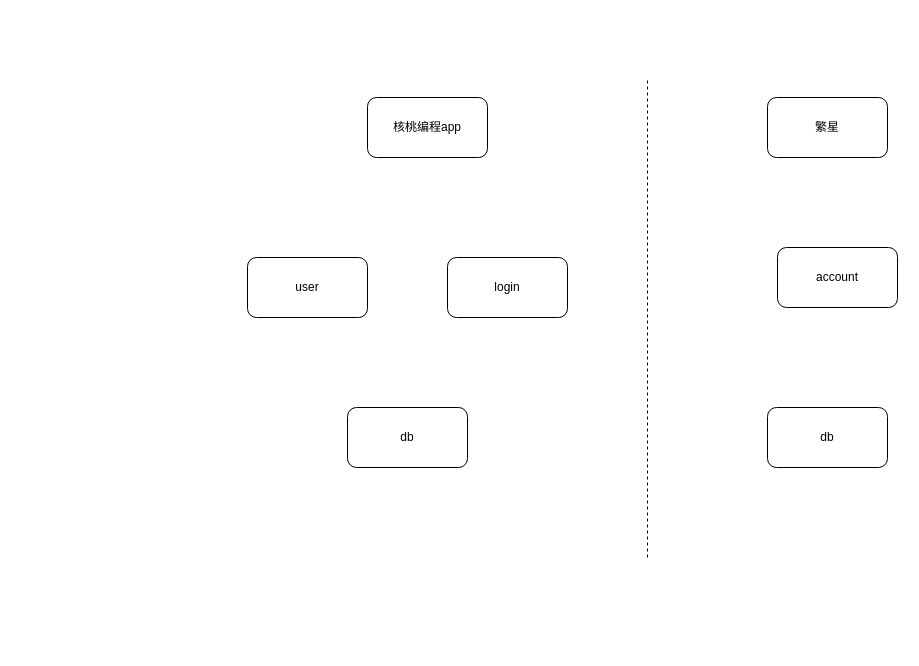
xiell2016/hetaoDesign keeps this draw.io diagram as 账号重构.drawio. Above is the earlier version. Source tidied: cells renumbered, new cells numbered last; positions are measured from the earlier drawing's top-left corner, leaving out a move shared by most shapes. Both pictures are drawn from the tidied source at 100%, with x=0, y=0 at pixel (247, 77).
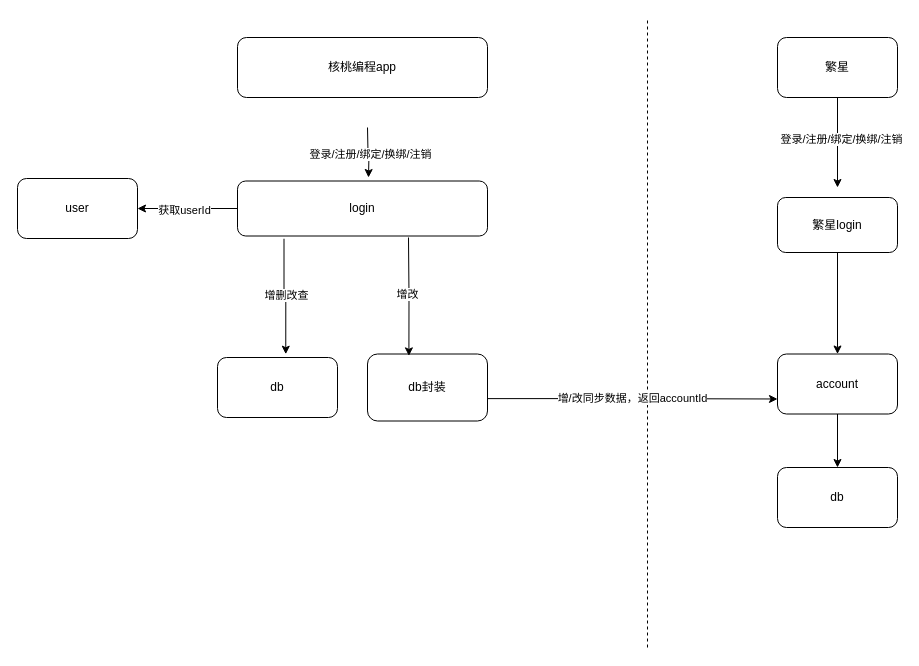
After the change.

Commit message:
更新账号重构.drawio

The edit, as a diff of the source:
```diff
@@
-    <mxCell id="2" value="login" style="rounded=1;whiteSpace=wrap;html=1;" parent="1" vertex="1">
-      <mxGeometry x="200" y="180" width="120" height="60" as="geometry" />
-    </mxCell>
     <mxCell id="3" value="user" style="rounded=1;whiteSpace=wrap;html=1;" parent="1" vertex="1">
-      <mxGeometry y="180" width="120" height="60" as="geometry" />
+      <mxGeometry x="-230" y="101" width="120" height="60" as="geometry" />
     </mxCell>
-    <mxCell id="4" value="account" style="rounded=1;whiteSpace=wrap;html=1;" parent="1" vertex="1">
-      <mxGeometry x="530" y="170" width="120" height="60" as="geometry" />
-    </mxCell>
     <mxCell id="5" style="endArrow=none;dashed=1;html=1;rounded=0;" parent="1" edge="1">
       <mxGeometry relative="1" as="geometry">
-        <mxPoint x="400" y="480" as="sourcePoint" />
-        <mxPoint x="400" as="targetPoint" />
+        <mxPoint x="400" y="570" as="sourcePoint" />
+        <mxPoint x="400" y="-60" as="targetPoint" />
       </mxGeometry>
     </mxCell>
+    <mxCell id="10" style="edgeStyle=orthogonalEdgeStyle;rounded=0;orthogonalLoop=1;jettySize=auto;html=1;" parent="1" edge="1">
+      <mxGeometry relative="1" as="geometry">
+        <mxPoint x="120" y="50" as="sourcePoint" />
+        <mxPoint x="121" y="100" as="targetPoint" />
+      </mxGeometry>
+    </mxCell>
+    <mxCell id="11" value="登录/注册/绑定/换绑/注销" style="edgeLabel;html=1;align=center;verticalAlign=middle;" parent="10" vertex="1">
+      <mxGeometry x="0.07" y="1" relative="1" as="geometry" />
+    </mxCell>
     <mxCell id="6" value="核桃编程app" style="rounded=1;whiteSpace=wrap;html=1;" parent="1" vertex="1">
-      <mxGeometry x="120" y="20" width="120" height="60" as="geometry" />
+      <mxGeometry x="-10" y="-40" width="250" height="60" as="geometry" />
     </mxCell>
     <mxCell id="7" value="db" style="rounded=1;whiteSpace=wrap;html=1;" parent="1" vertex="1">
-      <mxGeometry x="100" y="330" width="120" height="60" as="geometry" />
+      <mxGeometry x="-30" y="280" width="120" height="60" as="geometry" />
     </mxCell>
     <mxCell id="8" value="db" style="rounded=1;whiteSpace=wrap;html=1;" parent="1" vertex="1">
-      <mxGeometry x="520" y="330" width="120" height="60" as="geometry" />
+      <mxGeometry x="530" y="390" width="120" height="60" as="geometry" />
     </mxCell>
+    <mxCell id="12" style="edgeStyle=orthogonalEdgeStyle;rounded=0;jettySize=auto;html=1;exitX=0.5;exitY=1;exitDx=0;exitDy=0;" parent="1" edge="1" source="9">
+      <mxGeometry relative="1" as="geometry">
+        <mxPoint x="590" y="110" as="targetPoint" />
+      </mxGeometry>
+    </mxCell>
+    <mxCell id="13" value="登录/注册/绑定/换绑/注销" style="edgeLabel;html=1;align=center;verticalAlign=middle;" parent="12" vertex="1">
+      <mxGeometry x="-0.09" y="3" relative="1" as="geometry" />
+    </mxCell>
     <mxCell id="9" value="繁星" style="rounded=1;whiteSpace=wrap;html=1;" parent="1" vertex="1">
-      <mxGeometry x="520" y="20" width="120" height="60" as="geometry" />
+      <mxGeometry x="530" y="-40" width="120" height="60" as="geometry" />
     </mxCell>
+    <mxCell id="14" style="edgeStyle=orthogonalEdgeStyle;rounded=0;jettySize=auto;html=1;exitX=0;exitY=0.5;exitDx=0;exitDy=0;entryX=1;entryY=0.5;entryDx=0;entryDy=0;" parent="1" edge="1" source="2" target="3">
+      <mxGeometry relative="1" as="geometry" />
+    </mxCell>
+    <mxCell id="15" value="获取userId" style="edgeLabel;html=1;align=center;verticalAlign=middle;" parent="14" vertex="1">
+      <mxGeometry x="0.07" y="1" relative="1" as="geometry" />
+    </mxCell>
+    <mxCell id="2" value="login" style="rounded=1;whiteSpace=wrap;html=1;" parent="1" vertex="1">
+      <mxGeometry x="-10" y="103.5" width="250" height="55" as="geometry" />
+    </mxCell>
+    <mxCell id="16" style="edgeStyle=orthogonalEdgeStyle;rounded=0;jettySize=auto;html=1;exitX=0.5;exitY=1;exitDx=0;exitDy=0;entryX=0.5;entryY=0;entryDx=0;entryDy=0;" parent="1" edge="1" source="4" target="8">
+      <mxGeometry relative="1" as="geometry" />
+    </mxCell>
+    <mxCell id="4" value="account" style="rounded=1;whiteSpace=wrap;html=1;" parent="1" vertex="1">
+      <mxGeometry x="530" y="276.5" width="120" height="60" as="geometry" />
+    </mxCell>
+    <mxCell id="17" value="db封装" style="rounded=1;whiteSpace=wrap;html=1;" parent="1" vertex="1">
+      <mxGeometry x="120" y="276.5" width="120" height="67" as="geometry" />
+    </mxCell>
+    <mxCell id="18" value="增/改同步数据，返回accountId" style="edgeStyle=orthogonalEdgeStyle;rounded=0;jettySize=auto;html=1;entryX=0;entryY=0.75;entryDx=0;entryDy=0;exitX=0.996;exitY=0.666;exitDx=0;exitDy=0;exitPerimeter=0;" parent="1" edge="1" source="17" target="4">
+      <mxGeometry relative="1" as="geometry" />
+    </mxCell>
+    <mxCell id="19" style="edgeStyle=orthogonalEdgeStyle;rounded=0;jettySize=auto;html=1;exitX=0.186;exitY=1.05;exitDx=0;exitDy=0;entryX=0.569;entryY=-0.055;entryDx=0;entryDy=0;entryPerimeter=0;exitPerimeter=0;" parent="1" edge="1" source="2" target="7">
+      <mxGeometry relative="1" as="geometry" />
+    </mxCell>
+    <mxCell id="20" value="增删改查" style="edgeLabel;html=1;align=center;verticalAlign=middle;" parent="19" vertex="1">
+      <mxGeometry x="-0.04" y="2" relative="1" as="geometry" />
+    </mxCell>
+    <mxCell id="21" style="edgeStyle=orthogonalEdgeStyle;rounded=0;jettySize=auto;html=1;entryX=0.345;entryY=0.028;entryDx=0;entryDy=0;entryPerimeter=0;" parent="1" edge="1" target="17">
+      <mxGeometry relative="1" as="geometry">
+        <mxPoint x="161" y="160" as="sourcePoint" />
+      </mxGeometry>
+    </mxCell>
+    <mxCell id="22" value="增改" style="edgeLabel;html=1;align=center;verticalAlign=middle;" parent="21" vertex="1">
+      <mxGeometry x="-0.03" y="-1" relative="1" as="geometry">
+        <mxPoint x="-1" y="-1" as="offset" />
+      </mxGeometry>
+    </mxCell>
+    <mxCell id="23" style="edgeStyle=orthogonalEdgeStyle;rounded=0;jettySize=auto;html=1;exitX=0.5;exitY=1;exitDx=0;exitDy=0;" parent="1" edge="1" source="24" target="4">
+      <mxGeometry relative="1" as="geometry" />
+    </mxCell>
+    <mxCell id="24" value="繁星login" style="rounded=1;whiteSpace=wrap;html=1;" parent="1" vertex="1">
+      <mxGeometry x="530" y="120" width="120" height="55" as="geometry" />
+    </mxCell>
```
